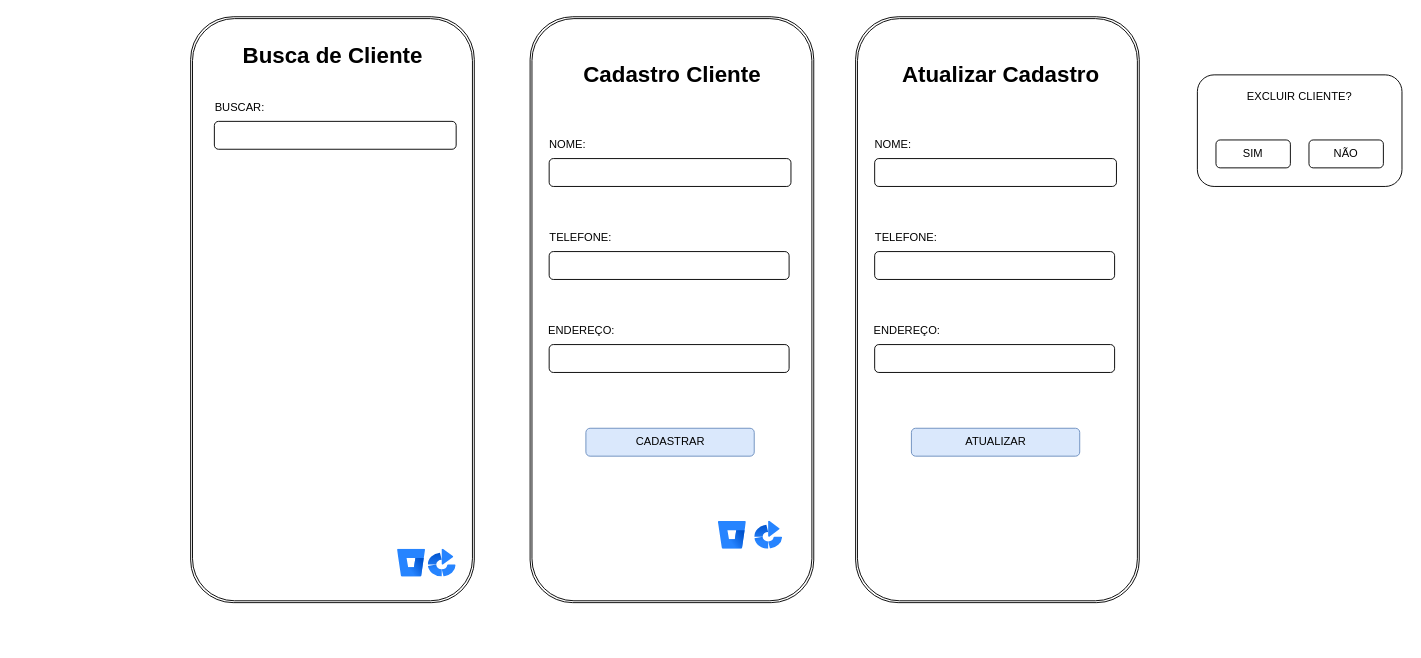
Before: page "Página-1" (1 of 4) of DOC/tela.drawio in rafaelareisilva/avatar.app, a draw.io diagram. Source tidied: cells renumbered, new cells numbered last; positions are measured from the earlier drawing's top-left corner, leaving out a move shared by most shapes. Both pictures are drawn from the tidied source at 93%, with x=0, y=0 at pixel (39, 37).
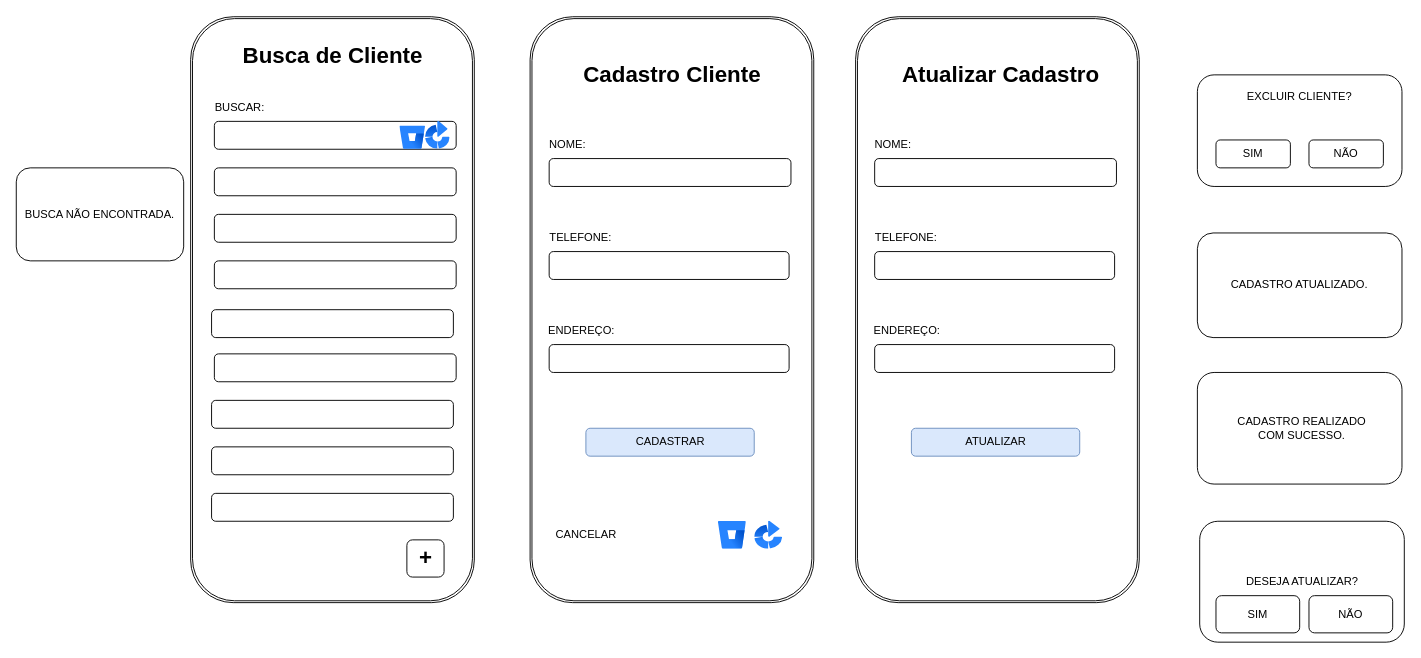
After the change.

The edit, as a diff of the source:
```diff
@@
-    <mxCell id="29" style="image;html=1;image=img/lib/atlassian/Bitbucket_Logo.svg;" parent="1" vertex="1">
-      <mxGeometry x="385" y="550" width="30" height="30" as="geometry" />
-    </mxCell>
-    <mxCell id="30" style="image;html=1;image=img/lib/atlassian/Bamboo_Logo.svg;" parent="1" vertex="1">
-      <mxGeometry x="418" y="550" width="30" height="30" as="geometry" />
-    </mxCell>
+    <mxCell id="31" style="rounded=1;whiteSpace=wrap;html=1;" parent="1" vertex="1">
+      <mxGeometry x="1245" y="210" width="220" height="112.5" as="geometry" />
+    </mxCell>
+    <mxCell id="32" value="CADASTRO ATUALIZADO." style="text;html=1;align=center;verticalAlign=middle;whiteSpace=wrap;rounded=0;" parent="1" vertex="1">
+      <mxGeometry x="1270" y="251.2" width="170" height="30" as="geometry" />
+    </mxCell>
+    <mxCell id="33" value="BUSCA NÃO ENCONTRADA." style="rounded=1;whiteSpace=wrap;html=1;" parent="1" vertex="1">
+      <mxGeometry x="-25" y="140" width="180" height="100" as="geometry" />
+    </mxCell>
+    <mxCell id="34" style="rounded=1;whiteSpace=wrap;html=1;" parent="1" vertex="1">
+      <mxGeometry x="1245" y="360" width="220" height="120" as="geometry" />
+    </mxCell>
+    <mxCell id="35" value="CADASTRO REALIZADO COM SUCESSO." style="text;html=1;align=center;verticalAlign=middle;whiteSpace=wrap;rounded=0;" parent="1" vertex="1">
+      <mxGeometry x="1280" y="400" width="155" height="40" as="geometry" />
+    </mxCell>
+    <mxCell id="36" value="CANCELAR" style="text;html=1;align=center;verticalAlign=middle;whiteSpace=wrap;rounded=0;" parent="1" vertex="1">
+      <mxGeometry x="558" y="520" width="60" height="30" as="geometry" />
+    </mxCell>
+    <mxCell id="37" value="DESEJA ATUALIZAR?" style="rounded=1;whiteSpace=wrap;html=1;" parent="1" vertex="1">
+      <mxGeometry x="1247.5" y="520" width="220" height="130" as="geometry" />
+    </mxCell>
+    <mxCell id="38" style="rounded=1;whiteSpace=wrap;html=1;" parent="1" vertex="1">
+      <mxGeometry x="188" y="140" width="260" height="30" as="geometry" />
+    </mxCell>
+    <mxCell id="39" style="rounded=1;whiteSpace=wrap;html=1;" parent="1" vertex="1">
+      <mxGeometry x="188" y="190" width="260" height="30" as="geometry" />
+    </mxCell>
+    <mxCell id="40" style="rounded=1;whiteSpace=wrap;html=1;" parent="1" vertex="1">
+      <mxGeometry x="188" y="240" width="260" height="30" as="geometry" />
+    </mxCell>
+    <mxCell id="41" style="rounded=1;whiteSpace=wrap;html=1;" parent="1" vertex="1">
+      <mxGeometry x="185" y="292.5" width="260" height="30" as="geometry" />
+    </mxCell>
+    <mxCell id="42" style="rounded=1;whiteSpace=wrap;html=1;" parent="1" vertex="1">
+      <mxGeometry x="188" y="340" width="260" height="30" as="geometry" />
+    </mxCell>
+    <mxCell id="43" style="rounded=1;whiteSpace=wrap;html=1;" parent="1" vertex="1">
+      <mxGeometry x="185" y="390" width="260" height="30" as="geometry" />
+    </mxCell>
+    <mxCell id="44" style="rounded=1;whiteSpace=wrap;html=1;" parent="1" vertex="1">
+      <mxGeometry x="185" y="440" width="260" height="30" as="geometry" />
+    </mxCell>
+    <mxCell id="45" style="rounded=1;whiteSpace=wrap;html=1;" parent="1" vertex="1">
+      <mxGeometry x="185" y="490" width="260" height="30" as="geometry" />
+    </mxCell>
+    <mxCell id="46" style="image;html=1;image=img/lib/atlassian/Bitbucket_Logo.svg;" parent="1" vertex="1">
+      <mxGeometry x="387.5" y="95" width="27.5" height="25" as="geometry" />
+    </mxCell>
+    <mxCell id="47" style="image;html=1;image=img/lib/atlassian/Bamboo_Logo.svg;" parent="1" vertex="1">
+      <mxGeometry x="415" y="90" width="26.5" height="30" as="geometry" />
+    </mxCell>
+    <mxCell id="48" style="rounded=1;whiteSpace=wrap;html=1;" parent="1" vertex="1">
+      <mxGeometry x="395" y="540" width="40" height="40" as="geometry" />
+    </mxCell>
+    <mxCell id="49" value="+" style="text;strokeColor=none;fillColor=none;html=1;fontSize=24;fontStyle=1;verticalAlign=middle;align=center;" parent="1" vertex="1">
+      <mxGeometry x="365" y="540" width="100" height="40" as="geometry" />
+    </mxCell>
+    <mxCell id="50" value="SIM" style="rounded=1;whiteSpace=wrap;html=1;" parent="1" vertex="1">
+      <mxGeometry x="1265" y="600" width="90" height="40" as="geometry" />
+    </mxCell>
+    <mxCell id="51" value="NÃO" style="rounded=1;whiteSpace=wrap;html=1;" parent="1" vertex="1">
+      <mxGeometry x="1365" y="600" width="90" height="40" as="geometry" />
+    </mxCell>
```
